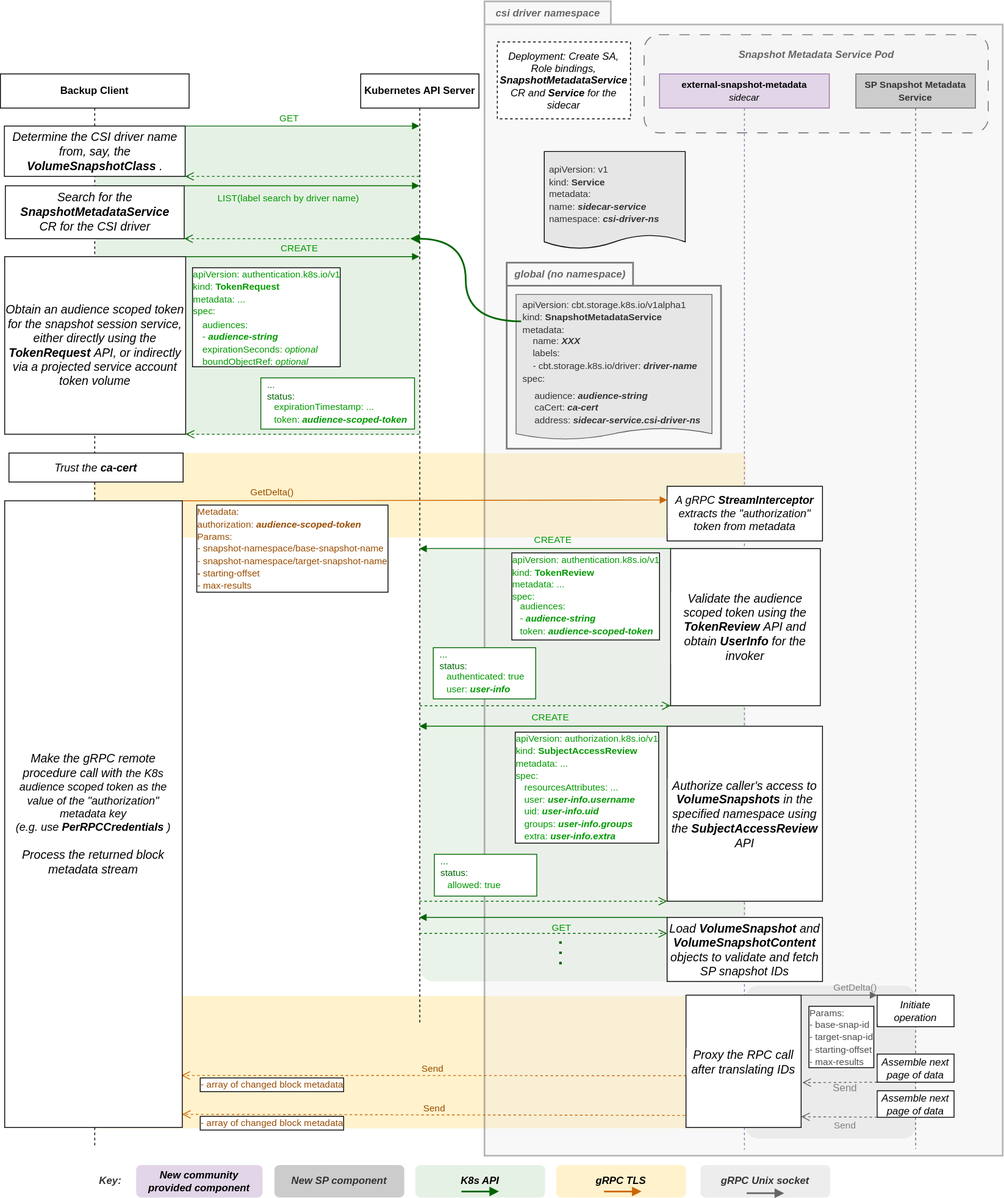
This is keps/sig-storage/3314-csi-changed-block-tracking/flow.drawio.svg from kubernetes/enhancements, a draw.io export, as it was before one commit. Source tidied: cells renumbered, new cells last; positions are measured from the earlier drawing's top-left corner, leaving out a move shared by most shapes.
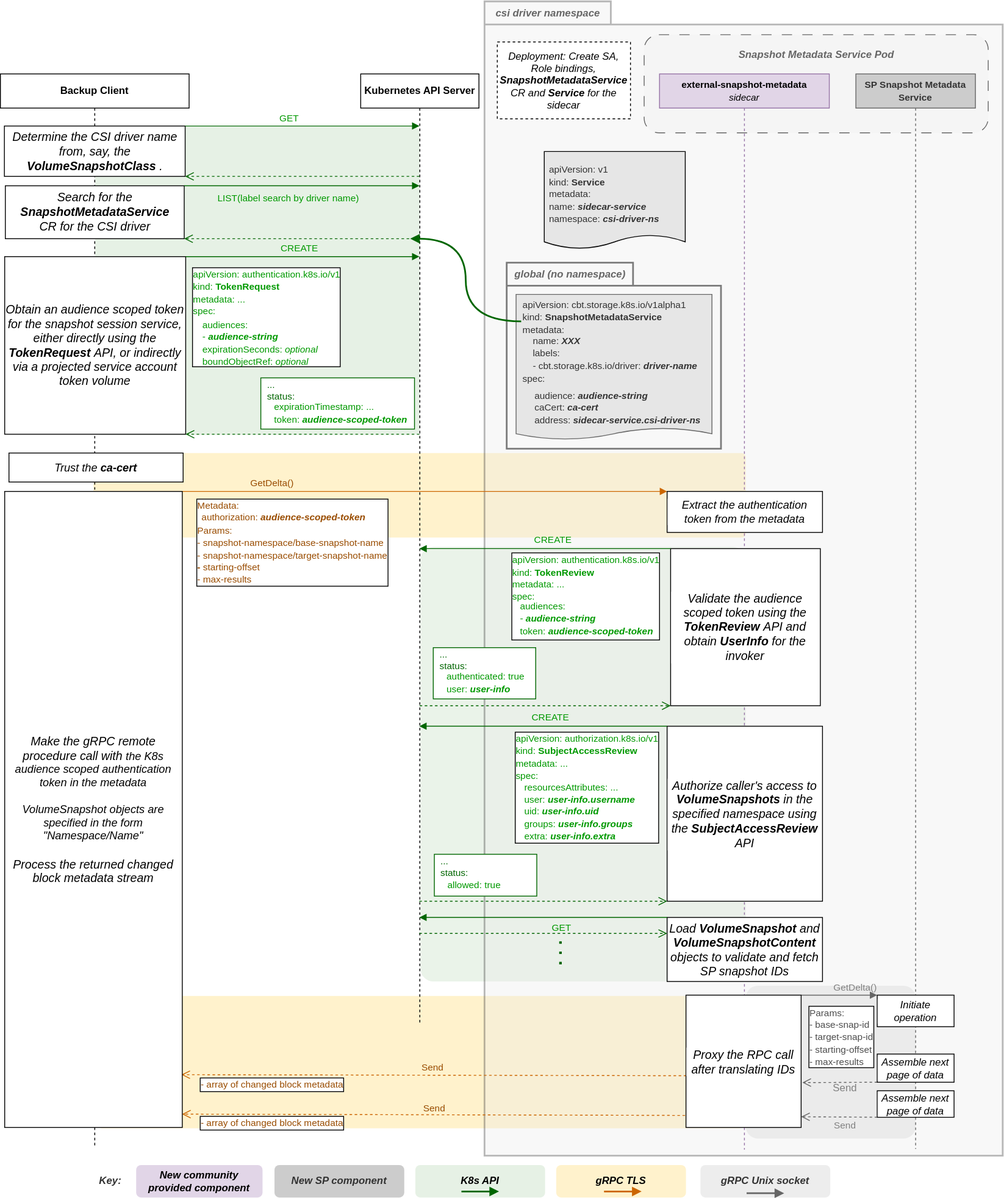
Above is the later version.

Commit message:
More neutral language on passing the auth token.

The edit, as a diff of the source:
```diff
@@ -55,12 +55,9 @@
     <mxCell id="18" value="&lt;b&gt;Kubernetes API Server&lt;/b&gt;" style="shape=umlLifeline;perimeter=lifelinePerimeter;whiteSpace=wrap;html=1;outlineConnect=0;" parent="1" vertex="1">
       <mxGeometry x="422" y="85" width="138.5" height="1111" as="geometry" />
     </mxCell>
-    <mxCell id="19" value="&lt;font style=&quot;font-size: 11px;&quot; color=&quot;#994c00&quot;&gt;GetDelta()&lt;/font&gt;" style="html=1;verticalAlign=bottom;endArrow=block;labelBackgroundColor=none;strokeColor=#CC6600;fontSize=12;fontColor=#808080;exitX=1;exitY=0;exitDx=0;exitDy=0;entryX=0;entryY=0.25;entryDx=0;entryDy=0;" parent="1" edge="1" source="52" target="48">
+    <mxCell id="19" value="&lt;font style=&quot;font-size: 11px;&quot; color=&quot;#994c00&quot;&gt;GetDelta()&lt;/font&gt;" style="html=1;verticalAlign=bottom;endArrow=block;labelBackgroundColor=none;strokeColor=#CC6600;fontSize=12;fontColor=#808080;exitX=1;exitY=0;exitDx=0;exitDy=0;entryX=0;entryY=0;entryDx=0;entryDy=0;" parent="1" edge="1" source="52" target="48">
       <mxGeometry x="-0.63" y="1" relative="1" as="geometry" />
     </mxCell>
-    <mxCell id="20" value="&lt;font style=&quot;font-size: 11px;&quot;&gt;&lt;font color=&quot;#994c00&quot;&gt;Metadata:&lt;br&gt;&amp;nbsp;authorization: &lt;i&gt;&lt;b&gt;audience-scoped-token&lt;/b&gt;&lt;/i&gt;&lt;br&gt;Params:&lt;br&gt;- snapshot-namespace/base-snapshot-name&lt;br&gt;- snapshot-namespace/target-snapshot-name&amp;nbsp;&lt;br&gt;&lt;b&gt;- &lt;/b&gt;starting-offset&lt;br&gt;- max-results&lt;/font&gt;&lt;br&gt;&lt;/font&gt;" style="text;html=1;strokeColor=none;fillColor=none;align=left;verticalAlign=middle;whiteSpace=wrap;rounded=0;fontColor=#009900;labelBorderColor=default;labelBackgroundColor=default;" parent="1" vertex="1">
-      <mxGeometry x="228" y="589" width="245" height="103" as="geometry" />
-    </mxCell>
     <mxCell id="21" style="html=1;verticalAlign=bottom;endArrow=open;dashed=1;endSize=8;labelBackgroundColor=none;strokeColor=#CC6600;fontSize=12;fontColor=#000000;entryX=0.995;entryY=0.917;entryDx=0;entryDy=0;entryPerimeter=0;exitX=0.003;exitY=0.609;exitDx=0;exitDy=0;exitPerimeter=0;" parent="1" edge="1" source="38" target="52">
       <mxGeometry relative="1" as="geometry" />
     </mxCell>
@@ -150,8 +147,8 @@
     <mxCell id="47" value="&lt;i&gt;&lt;font style=&quot;font-size: 14px;&quot;&gt;Authorize caller's access to&amp;nbsp;&lt;b&gt;VolumeSnapshots&lt;/b&gt;&amp;nbsp;in the specified namespace using the &lt;b&gt;SubjectAccessReview&lt;/b&gt; API&lt;/font&gt;&lt;/i&gt;" style="rounded=0;whiteSpace=wrap;html=1;labelBackgroundColor=#FFFFFF;labelBorderColor=none;fillStyle=solid;fontSize=12;fontColor=#000000;" parent="37" vertex="1">
       <mxGeometry x="8.9" y="764" width="182" height="205" as="geometry" />
     </mxCell>
-    <mxCell id="48" value="&lt;span style=&quot;font-size: 13px;&quot;&gt;&lt;i&gt;A gRPC &lt;b&gt;StreamInterceptor&lt;/b&gt;&amp;nbsp;extracts the &quot;authorization&quot; token from metadata&lt;/i&gt;&lt;/span&gt;" style="rounded=0;whiteSpace=wrap;html=1;labelBackgroundColor=#FFFFFF;labelBorderColor=none;fillStyle=solid;fontSize=12;fontColor=#000000;" parent="37" vertex="1">
-      <mxGeometry x="8.9" y="483" width="182" height="64" as="geometry" />
+    <mxCell id="48" value="&lt;span style=&quot;font-size: 13px;&quot;&gt;&lt;i&gt;Extract the authentication token from the metadata&lt;/i&gt;&lt;/span&gt;" style="rounded=0;whiteSpace=wrap;html=1;labelBackgroundColor=#FFFFFF;labelBorderColor=none;fillStyle=solid;fontSize=12;fontColor=#000000;" parent="37" vertex="1">
+      <mxGeometry x="8.9" y="489" width="182" height="48" as="geometry" />
     </mxCell>
     <mxCell id="49" value="&lt;font style=&quot;font-size: 14px;&quot; color=&quot;#000000&quot;&gt;&lt;i&gt;Load &lt;b&gt;VolumeSnapshot&lt;/b&gt; and &lt;b&gt;VolumeSnapshotContent&lt;/b&gt; objects to validate and fetch SP snapshot IDs&lt;/i&gt;&lt;br&gt;&lt;/font&gt;" style="rounded=0;whiteSpace=wrap;html=1;labelBackgroundColor=none;labelBorderColor=none;fillStyle=solid;fontSize=12;fontColor=#007FFF;" parent="37" vertex="1">
       <mxGeometry x="8.9" y="988" width="182" height="75" as="geometry" />
@@ -162,8 +159,8 @@
     <mxCell id="51" value="&lt;b&gt;Backup Client&lt;/b&gt;" style="shape=umlLifeline;perimeter=lifelinePerimeter;whiteSpace=wrap;html=1;" parent="1" vertex="1">
       <mxGeometry y="85" width="221" height="1258" as="geometry" />
     </mxCell>
-    <mxCell id="52" value="&lt;font color=&quot;#000000&quot;&gt;&lt;i&gt;&lt;font style=&quot;font-size: 14px;&quot;&gt;Make the gRPC remote procedure call with&amp;nbsp;&lt;/font&gt;&lt;/i&gt;&lt;/font&gt;&lt;i style=&quot;border-color: var(--border-color); color: rgb(0, 0, 0); font-size: 13px;&quot;&gt;the K8s audience scoped token as the value of the &quot;authorization&quot; metadata key&lt;br&gt;(e.g. use&amp;nbsp;&lt;b style=&quot;border-color: var(--border-color);&quot;&gt;PerRPCCredentials&lt;/b&gt;&lt;span style=&quot;border-color: var(--border-color);&quot;&gt;)&lt;br&gt;&lt;/span&gt;&lt;/i&gt;&lt;font color=&quot;#000000&quot;&gt;&lt;i&gt;&lt;font style=&quot;font-size: 14px;&quot;&gt;&lt;br&gt;Process the returned block metadata stream&lt;/font&gt;&lt;/i&gt;&lt;br&gt;&lt;/font&gt;" style="rounded=0;whiteSpace=wrap;html=1;labelBackgroundColor=none;labelBorderColor=none;fillStyle=solid;fontSize=12;fontColor=#007FFF;" parent="51" vertex="1">
-      <mxGeometry x="5" y="500" width="208" height="734" as="geometry" />
+    <mxCell id="52" value="&lt;font color=&quot;#000000&quot;&gt;&lt;i&gt;&lt;font style=&quot;font-size: 14px;&quot;&gt;Make the gRPC remote procedure call with&amp;nbsp;&lt;/font&gt;&lt;/i&gt;&lt;/font&gt;&lt;i style=&quot;border-color: var(--border-color); color: rgb(0, 0, 0); font-size: 13px;&quot;&gt;the K8s audience scoped authentication token in the metadata&lt;br&gt;&lt;br&gt;VolumeSnapshot objects are specified in the form &quot;Namespace/Name&quot;&lt;br&gt;&lt;/i&gt;&lt;font color=&quot;#000000&quot;&gt;&lt;i&gt;&lt;font style=&quot;font-size: 14px;&quot;&gt;&lt;br&gt;Process the returned changed block metadata stream&lt;/font&gt;&lt;/i&gt;&lt;br&gt;&lt;/font&gt;" style="rounded=0;whiteSpace=wrap;html=1;labelBackgroundColor=none;labelBorderColor=none;fillStyle=solid;fontSize=12;fontColor=#007FFF;" parent="51" vertex="1">
+      <mxGeometry x="5" y="489" width="208" height="745" as="geometry" />
     </mxCell>
     <mxCell id="53" value="&lt;i style=&quot;font-size: 13px;&quot;&gt;Trust the&amp;nbsp;&lt;b&gt;ca-cert&lt;/b&gt;&lt;br&gt;&lt;/i&gt;" style="rounded=0;whiteSpace=wrap;html=1;labelBackgroundColor=#FFFFFF;labelBorderColor=none;fillStyle=solid;fontSize=12;fontColor=#000000;" parent="51" vertex="1">
       <mxGeometry x="10" y="444" width="204" height="34" as="geometry" />
@@ -357,5 +354,14 @@
     <mxCell id="104" value="&lt;span style=&quot;color: rgb(0, 153, 0); font-size: 11px;&quot;&gt;expirationTimestamp: ...&lt;/span&gt;&lt;br style=&quot;border-color: var(--border-color); color: rgb(0, 153, 0); font-size: 11px;&quot;&gt;&lt;span style=&quot;color: rgb(0, 153, 0); font-size: 11px;&quot;&gt;token:&amp;nbsp;&lt;/span&gt;&lt;i style=&quot;border-color: var(--border-color); color: rgb(0, 153, 0); font-size: 11px;&quot;&gt;&lt;b style=&quot;border-color: var(--border-color);&quot;&gt;audience-scoped-token&lt;/b&gt;&lt;/i&gt;&lt;font color=&quot;#009900&quot;&gt;&lt;span style=&quot;font-size: 11px;&quot;&gt;&lt;br&gt;&lt;/span&gt;&lt;/font&gt;" style="text;html=1;strokeColor=none;fillColor=none;align=left;verticalAlign=middle;whiteSpace=wrap;rounded=0;dashed=1;fontColor=#666666;" parent="101" vertex="1">
       <mxGeometry x="20" y="29" width="163" height="24.9" as="geometry" />
     </mxCell>
+    <mxCell id="105" style="group;" parent="1" vertex="1">
+      <mxGeometry x="228" y="582" width="245" height="103" as="geometry" />
+    </mxCell>
+    <mxCell id="20" value="&lt;font style=&quot;font-size: 11px;&quot;&gt;&lt;font color=&quot;#994c00&quot;&gt;Metadata:&lt;br&gt;&amp;nbsp;&amp;nbsp;&lt;br&gt;Params:&lt;br&gt;- snapshot-namespace/base-snapshot-name&lt;br&gt;- snapshot-namespace/target-snapshot-name&amp;nbsp;&lt;br&gt;&lt;b&gt;- &lt;/b&gt;starting-offset&lt;br&gt;- max-results&lt;/font&gt;&lt;br&gt;&lt;/font&gt;" style="text;html=1;strokeColor=none;fillColor=none;align=left;verticalAlign=middle;whiteSpace=wrap;rounded=0;fontColor=#009900;labelBorderColor=default;labelBackgroundColor=default;" parent="105" vertex="1">
+      <mxGeometry width="245" height="103" as="geometry" />
+    </mxCell>
+    <mxCell id="106" value="&lt;span style=&quot;font-size: 11px;&quot;&gt;&lt;font color=&quot;#994c00&quot;&gt;authorization: &lt;i style=&quot;&quot;&gt;&lt;b style=&quot;&quot;&gt;audience-scoped-token&lt;/b&gt;&lt;/i&gt;&lt;/font&gt;&lt;br&gt;&lt;/span&gt;" style="text;html=1;strokeColor=none;fillColor=none;align=left;verticalAlign=middle;whiteSpace=wrap;rounded=0;dashed=1;fontColor=#666666;" parent="105" vertex="1">
+      <mxGeometry x="6" y="10" width="206" height="24.9" as="geometry" />
+    </mxCell>
   </root>
 </mxGraphModel>
```
